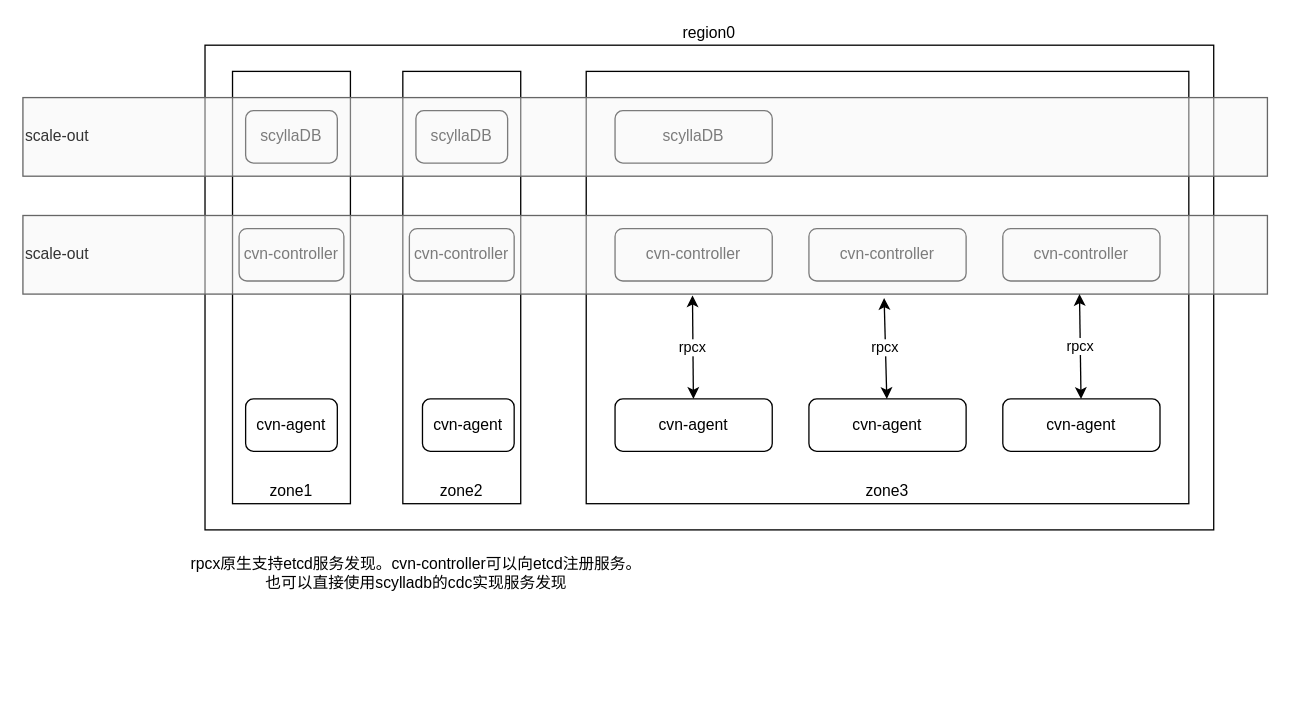
Earlier version of the draw.io diagram cvn.drawio (shenjiangc/openSDN). Source tidied: cells renumbered, new cells numbered last; positions are measured from the earlier drawing's top-left corner, leaving out a move shared by most shapes. Both pictures are drawn from the tidied source at 131%, with x=0, y=0 at pixel (22, 45).
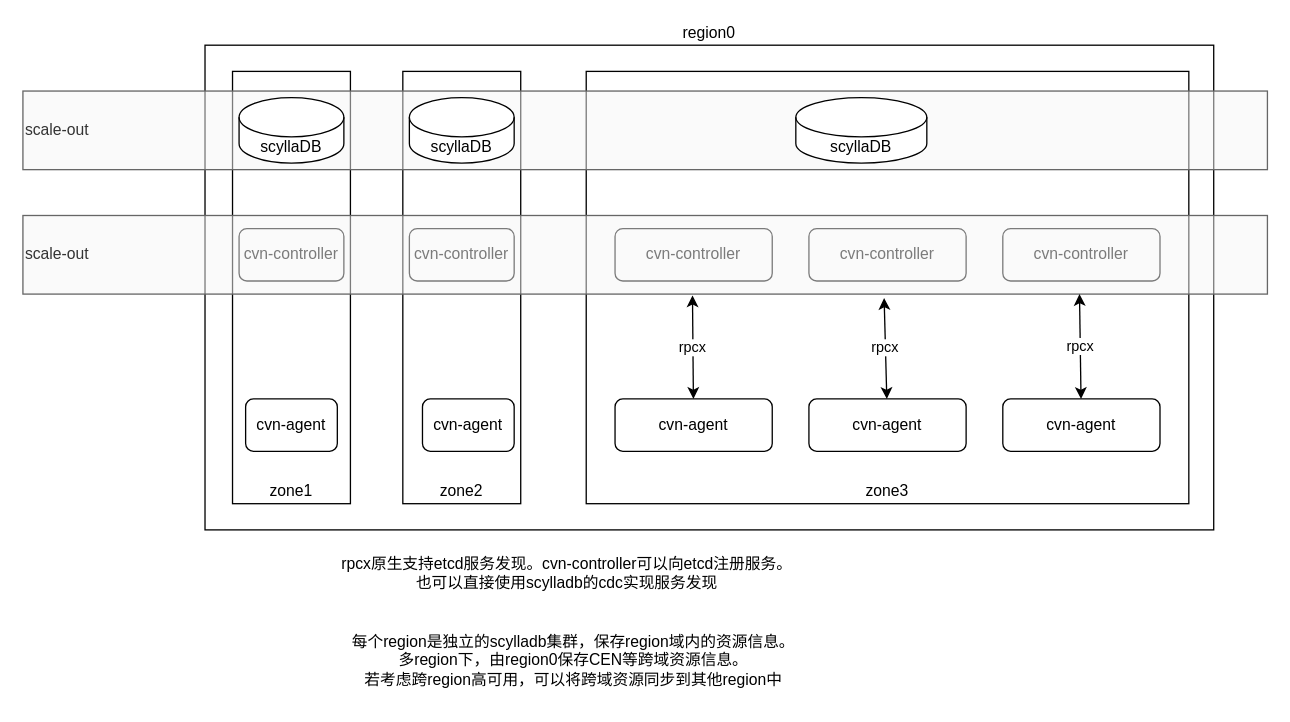
Above is the later version.

What changed in the source:
```diff
@@
-    <mxCell id="6" value="scyllaDB" style="rounded=1;whiteSpace=wrap;html=1;" parent="1" vertex="1">
-      <mxGeometry x="452" y="50" width="120" height="40" as="geometry" />
-    </mxCell>
@@
-    <mxCell id="8" value="scyllaDB" style="rounded=1;whiteSpace=wrap;html=1;" parent="1" vertex="1">
-      <mxGeometry x="300" y="50" width="70" height="40" as="geometry" />
-    </mxCell>
-    <mxCell id="9" value="scyllaDB" style="rounded=1;whiteSpace=wrap;html=1;" parent="1" vertex="1">
-      <mxGeometry x="170" y="50" width="70" height="40" as="geometry" />
-    </mxCell>
@@
     <mxCell id="17" value="scale-out" style="rounded=0;whiteSpace=wrap;html=1;fillColor=#f5f5f5;fontColor=#333333;strokeColor=#666666;fillOpacity=50;align=left;" parent="1" vertex="1">
-      <mxGeometry y="40" width="950" height="60" as="geometry" />
+      <mxGeometry y="35" width="950" height="60" as="geometry" />
     </mxCell>
@@
     <mxCell id="24" value="rpcx原生支持etcd服务发现。cvn-controller可以向etcd注册服务。&lt;br&gt;也可以直接使用scylladb的cdc实现服务发现&lt;br&gt;" style="text;html=1;align=center;verticalAlign=middle;strokeColor=none;fillColor=none;" parent="1" vertex="1">
-      <mxGeometry x="115" y="383" width="370" height="40" as="geometry" />
+      <mxGeometry x="230" y="383" width="370" height="40" as="geometry" />
     </mxCell>
+    <mxCell id="25" value="每个region是独立的scylladb集群，保存region域内的资源信息。&lt;br&gt;多region下，由region0保存CEN等跨域资源信息。&lt;br&gt;若考虑跨region高可用，可以将跨域资源同步到其他region中" style="text;html=1;align=center;verticalAlign=middle;strokeColor=none;fillColor=none;" parent="1" vertex="1">
+      <mxGeometry x="240" y="440" width="360" height="60" as="geometry" />
+    </mxCell>
+    <mxCell id="26" value="scyllaDB" style="shape=cylinder3;whiteSpace=wrap;html=1;boundedLbl=1;backgroundOutline=1;size=15;" parent="1" vertex="1">
+      <mxGeometry x="590" y="40" width="100" height="50" as="geometry" />
+    </mxCell>
+    <mxCell id="27" value="scyllaDB" style="shape=cylinder3;whiteSpace=wrap;html=1;boundedLbl=1;backgroundOutline=1;size=15;" parent="1" vertex="1">
+      <mxGeometry x="295" y="40" width="80" height="50" as="geometry" />
+    </mxCell>
+    <mxCell id="28" value="scyllaDB" style="shape=cylinder3;whiteSpace=wrap;html=1;boundedLbl=1;backgroundOutline=1;size=15;" parent="1" vertex="1">
+      <mxGeometry x="165" y="40" width="80" height="50" as="geometry" />
+    </mxCell>
```
